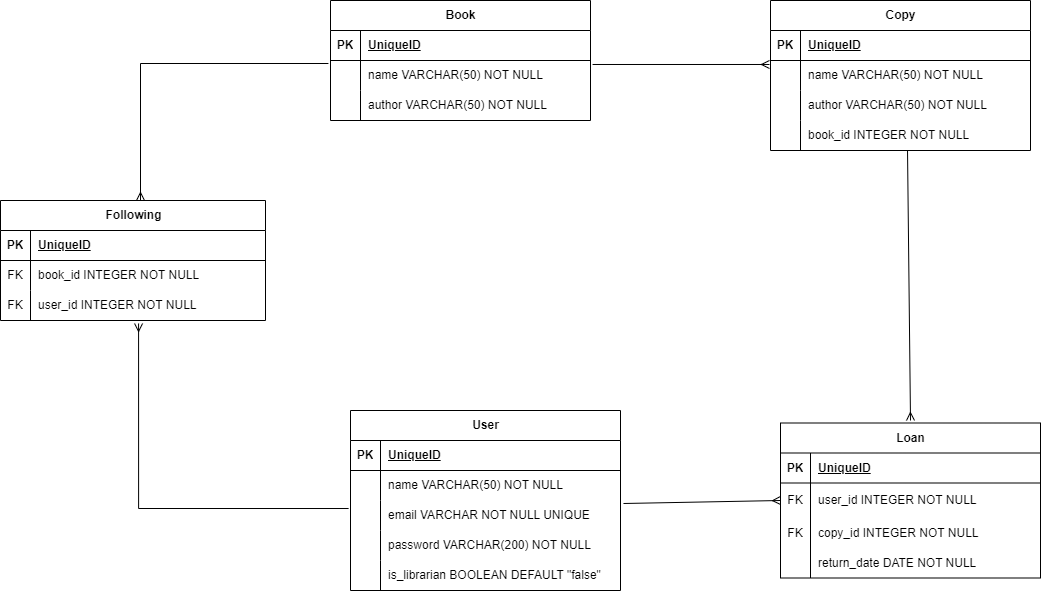
Above: der.png in ViniciusOgawa/Biblioteka-group26 (draw.io), before the change. Source tidied: cells renumbered, new cells last; positions are measured from the earlier drawing's top-left corner, leaving out a move shared by most shapes. Its diagram source:
```xml
<mxGraphModel>
  <root>
    <mxCell id="0" />
    <mxCell id="1" parent="0" />
    <mxCell id="2" value="Loan" style="shape=table;startSize=30;rowLines=0;fontStyle=1;align=center;html=1;" parent="1" vertex="1">
      <mxGeometry x="780" y="422.5" width="260" height="155" as="geometry" />
    </mxCell>
    <mxCell id="3" style="shape=tableRow;horizontal=0;startSize=0;swimlaneHead=0;swimlaneBody=0;fillColor=none;top=0;left=0;right=0;bottom=1;" parent="2" vertex="1">
      <mxGeometry y="30" width="260" height="30" as="geometry" />
    </mxCell>
    <mxCell id="4" value="PK" style="shape=partialRectangle;fillColor=none;top=0;left=0;bottom=0;right=0;fontStyle=1;overflow=hidden;whiteSpace=wrap;html=1;" parent="3" vertex="1">
      <mxGeometry width="30" height="30" as="geometry" />
    </mxCell>
    <mxCell id="5" value="UniqueID" style="shape=partialRectangle;fillColor=none;top=0;left=0;bottom=0;right=0;align=left;spacingLeft=6;fontStyle=5;overflow=hidden;whiteSpace=wrap;html=1;" parent="3" vertex="1">
      <mxGeometry x="30" width="230" height="30" as="geometry" />
    </mxCell>
    <mxCell id="6" style="shape=tableRow;horizontal=0;startSize=0;swimlaneHead=0;swimlaneBody=0;fillColor=none;points=[[0,0.5],[1,0.5]];portConstraint=eastwest;top=0;left=0;right=0;bottom=0;" parent="2" vertex="1">
      <mxGeometry y="60" width="260" height="35" as="geometry" />
    </mxCell>
    <mxCell id="7" value="FK" style="shape=partialRectangle;fillColor=none;top=0;left=0;bottom=0;right=0;overflow=hidden;whiteSpace=wrap;html=1;" parent="6" vertex="1">
      <mxGeometry width="30" height="35" as="geometry" />
    </mxCell>
    <mxCell id="8" value="user_id INTEGER NOT NULL" style="shape=partialRectangle;fillColor=none;top=0;left=0;bottom=0;right=0;align=left;spacingLeft=6;overflow=hidden;whiteSpace=wrap;html=1;" parent="6" vertex="1">
      <mxGeometry x="30" width="230" height="35" as="geometry" />
    </mxCell>
    <mxCell id="9" style="shape=tableRow;horizontal=0;startSize=0;swimlaneHead=0;swimlaneBody=0;fillColor=none;top=0;left=0;right=0;bottom=0;" parent="2" vertex="1">
      <mxGeometry y="95" width="260" height="30" as="geometry" />
    </mxCell>
    <mxCell id="10" value="FK" style="shape=partialRectangle;fillColor=none;top=0;left=0;bottom=0;right=0;overflow=hidden;whiteSpace=wrap;html=1;" parent="9" vertex="1">
      <mxGeometry width="30" height="30" as="geometry" />
    </mxCell>
    <mxCell id="11" value="copy_id INTEGER NOT NULL" style="shape=partialRectangle;fillColor=none;top=0;left=0;bottom=0;right=0;align=left;spacingLeft=6;overflow=hidden;whiteSpace=wrap;html=1;" parent="9" vertex="1">
      <mxGeometry x="30" width="230" height="30" as="geometry" />
    </mxCell>
    <mxCell id="12" style="shape=tableRow;horizontal=0;startSize=0;swimlaneHead=0;swimlaneBody=0;fillColor=none;top=0;left=0;right=0;bottom=0;" parent="2" vertex="1">
      <mxGeometry y="125" width="260" height="30" as="geometry" />
    </mxCell>
    <mxCell id="13" style="shape=partialRectangle;fillColor=none;top=0;left=0;bottom=0;right=0;overflow=hidden;whiteSpace=wrap;html=1;" parent="12" vertex="1">
      <mxGeometry width="30" height="30" as="geometry" />
    </mxCell>
    <mxCell id="14" value="return_date DATE NOT NULL" style="shape=partialRectangle;fillColor=none;top=0;left=0;bottom=0;right=0;align=left;spacingLeft=6;overflow=hidden;whiteSpace=wrap;html=1;" parent="12" vertex="1">
      <mxGeometry x="30" width="230" height="30" as="geometry" />
    </mxCell>
    <mxCell id="15" value="Copy" style="shape=table;startSize=30;rowLines=0;fontStyle=1;align=center;html=1;" parent="1" vertex="1">
      <mxGeometry x="770" width="260" height="150" as="geometry" />
    </mxCell>
    <mxCell id="16" style="shape=tableRow;horizontal=0;startSize=0;swimlaneHead=0;swimlaneBody=0;fillColor=none;top=0;left=0;right=0;bottom=1;" parent="15" vertex="1">
      <mxGeometry y="30" width="260" height="30" as="geometry" />
    </mxCell>
    <mxCell id="17" value="PK" style="shape=partialRectangle;fillColor=none;top=0;left=0;bottom=0;right=0;fontStyle=1;overflow=hidden;whiteSpace=wrap;html=1;" parent="16" vertex="1">
      <mxGeometry width="30" height="30" as="geometry" />
    </mxCell>
    <mxCell id="18" value="UniqueID" style="shape=partialRectangle;fillColor=none;top=0;left=0;bottom=0;right=0;align=left;spacingLeft=6;fontStyle=5;overflow=hidden;whiteSpace=wrap;html=1;" parent="16" vertex="1">
      <mxGeometry x="30" width="230" height="30" as="geometry" />
    </mxCell>
    <mxCell id="19" style="shape=tableRow;horizontal=0;startSize=0;swimlaneHead=0;swimlaneBody=0;fillColor=none;points=[[0,0.5],[1,0.5]];portConstraint=eastwest;top=0;left=0;right=0;bottom=0;" parent="15" vertex="1">
      <mxGeometry y="60" width="260" height="30" as="geometry" />
    </mxCell>
    <mxCell id="20" style="shape=partialRectangle;fillColor=none;top=0;left=0;bottom=0;right=0;overflow=hidden;whiteSpace=wrap;html=1;" parent="19" vertex="1">
      <mxGeometry width="30" height="30" as="geometry" />
    </mxCell>
    <mxCell id="21" value="name VARCHAR(50) NOT NULL" style="shape=partialRectangle;fillColor=none;top=0;left=0;bottom=0;right=0;align=left;spacingLeft=6;overflow=hidden;whiteSpace=wrap;html=1;" parent="19" vertex="1">
      <mxGeometry x="30" width="230" height="30" as="geometry" />
    </mxCell>
    <mxCell id="22" style="shape=tableRow;horizontal=0;startSize=0;swimlaneHead=0;swimlaneBody=0;fillColor=none;top=0;left=0;right=0;bottom=0;" parent="15" vertex="1">
      <mxGeometry y="90" width="260" height="30" as="geometry" />
    </mxCell>
    <mxCell id="23" style="shape=partialRectangle;fillColor=none;top=0;left=0;bottom=0;right=0;overflow=hidden;whiteSpace=wrap;html=1;" parent="22" vertex="1">
      <mxGeometry width="30" height="30" as="geometry" />
    </mxCell>
    <mxCell id="24" value="author VARCHAR(50) NOT NULL" style="shape=partialRectangle;fillColor=none;top=0;left=0;bottom=0;right=0;align=left;spacingLeft=6;overflow=hidden;whiteSpace=wrap;html=1;" parent="22" vertex="1">
      <mxGeometry x="30" width="230" height="30" as="geometry" />
    </mxCell>
    <mxCell id="25" style="shape=tableRow;horizontal=0;startSize=0;swimlaneHead=0;swimlaneBody=0;fillColor=none;points=[[0,0.5],[1,0.5]];portConstraint=eastwest;top=0;left=0;right=0;bottom=0;" parent="15" vertex="1">
      <mxGeometry y="120" width="260" height="30" as="geometry" />
    </mxCell>
    <mxCell id="26" style="shape=partialRectangle;fillColor=none;top=0;left=0;bottom=0;right=0;overflow=hidden;whiteSpace=wrap;html=1;" parent="25" vertex="1">
      <mxGeometry width="30" height="30" as="geometry" />
    </mxCell>
    <mxCell id="27" value="book_id INTEGER NOT NULL" style="shape=partialRectangle;fillColor=none;top=0;left=0;bottom=0;right=0;align=left;spacingLeft=6;overflow=hidden;whiteSpace=wrap;html=1;" parent="25" vertex="1">
      <mxGeometry x="30" width="230" height="30" as="geometry" />
    </mxCell>
    <mxCell id="28" value="User" style="shape=table;startSize=30;rowLines=0;fontStyle=1;align=center;html=1;" parent="1" vertex="1">
      <mxGeometry x="350" y="410" width="270" height="180" as="geometry" />
    </mxCell>
    <mxCell id="29" style="shape=tableRow;horizontal=0;startSize=0;swimlaneHead=0;swimlaneBody=0;fillColor=none;top=0;left=0;right=0;bottom=1;" parent="28" vertex="1">
      <mxGeometry y="30" width="270" height="30" as="geometry" />
    </mxCell>
    <mxCell id="30" value="PK" style="shape=partialRectangle;fillColor=none;top=0;left=0;bottom=0;right=0;fontStyle=1;overflow=hidden;whiteSpace=wrap;html=1;" parent="29" vertex="1">
      <mxGeometry width="30" height="30" as="geometry" />
    </mxCell>
    <mxCell id="31" value="UniqueID" style="shape=partialRectangle;fillColor=none;top=0;left=0;bottom=0;right=0;align=left;spacingLeft=6;fontStyle=5;overflow=hidden;whiteSpace=wrap;html=1;" parent="29" vertex="1">
      <mxGeometry x="30" width="240" height="30" as="geometry" />
    </mxCell>
    <mxCell id="32" style="shape=tableRow;horizontal=0;startSize=0;swimlaneHead=0;swimlaneBody=0;fillColor=none;top=0;left=0;right=0;bottom=0;" parent="28" vertex="1">
      <mxGeometry y="60" width="270" height="30" as="geometry" />
    </mxCell>
    <mxCell id="33" style="shape=partialRectangle;fillColor=none;top=0;left=0;bottom=0;right=0;overflow=hidden;whiteSpace=wrap;html=1;" parent="32" vertex="1">
      <mxGeometry width="30" height="30" as="geometry" />
    </mxCell>
    <mxCell id="34" value="name VARCHAR(50) NOT NULL" style="shape=partialRectangle;fillColor=none;top=0;left=0;bottom=0;right=0;align=left;spacingLeft=6;overflow=hidden;whiteSpace=wrap;html=1;" parent="32" vertex="1">
      <mxGeometry x="30" width="240" height="30" as="geometry" />
    </mxCell>
    <mxCell id="35" style="shape=tableRow;horizontal=0;startSize=0;swimlaneHead=0;swimlaneBody=0;fillColor=none;points=[[0,0.5],[1,0.5]];portConstraint=eastwest;top=0;left=0;right=0;bottom=0;" parent="28" vertex="1">
      <mxGeometry y="90" width="270" height="30" as="geometry" />
    </mxCell>
    <mxCell id="36" style="shape=partialRectangle;fillColor=none;top=0;left=0;bottom=0;right=0;overflow=hidden;whiteSpace=wrap;html=1;" parent="35" vertex="1">
      <mxGeometry width="30" height="30" as="geometry" />
    </mxCell>
    <mxCell id="37" value="email VARCHAR NOT NULL UNIQUE" style="shape=partialRectangle;fillColor=none;top=0;left=0;bottom=0;right=0;align=left;spacingLeft=6;overflow=hidden;whiteSpace=wrap;html=1;" parent="35" vertex="1">
      <mxGeometry x="30" width="240" height="30" as="geometry" />
    </mxCell>
    <mxCell id="38" style="shape=tableRow;horizontal=0;startSize=0;swimlaneHead=0;swimlaneBody=0;fillColor=none;top=0;left=0;right=0;bottom=0;" parent="28" vertex="1">
      <mxGeometry y="120" width="270" height="30" as="geometry" />
    </mxCell>
    <mxCell id="39" style="shape=partialRectangle;fillColor=none;top=0;left=0;bottom=0;right=0;overflow=hidden;whiteSpace=wrap;html=1;" parent="38" vertex="1">
      <mxGeometry width="30" height="30" as="geometry" />
    </mxCell>
    <mxCell id="40" value="password VARCHAR(200) NOT NULL" style="shape=partialRectangle;fillColor=none;top=0;left=0;bottom=0;right=0;align=left;spacingLeft=6;overflow=hidden;whiteSpace=wrap;html=1;" parent="38" vertex="1">
      <mxGeometry x="30" width="240" height="30" as="geometry" />
    </mxCell>
    <mxCell id="41" style="shape=tableRow;horizontal=0;startSize=0;swimlaneHead=0;swimlaneBody=0;fillColor=none;top=0;left=0;right=0;bottom=0;" parent="28" vertex="1">
      <mxGeometry y="150" width="270" height="30" as="geometry" />
    </mxCell>
    <mxCell id="42" style="shape=partialRectangle;fillColor=none;top=0;left=0;bottom=0;right=0;overflow=hidden;whiteSpace=wrap;html=1;" parent="41" vertex="1">
      <mxGeometry width="30" height="30" as="geometry" />
    </mxCell>
    <mxCell id="43" value="is_librarian BOOLEAN DEFAULT &quot;false&quot;" style="shape=partialRectangle;fillColor=none;top=0;left=0;bottom=0;right=0;align=left;spacingLeft=6;overflow=hidden;whiteSpace=wrap;html=1;" parent="41" vertex="1">
      <mxGeometry x="30" width="240" height="30" as="geometry" />
    </mxCell>
    <mxCell id="44" value="Following" style="shape=table;startSize=30;rowLines=0;fontStyle=1;align=center;html=1;" parent="1" vertex="1">
      <mxGeometry y="200" width="265" height="120" as="geometry" />
    </mxCell>
    <mxCell id="45" style="shape=tableRow;horizontal=0;startSize=0;swimlaneHead=0;swimlaneBody=0;fillColor=none;top=0;left=0;right=0;bottom=1;" parent="44" vertex="1">
      <mxGeometry y="30" width="265" height="30" as="geometry" />
    </mxCell>
    <mxCell id="46" value="PK" style="shape=partialRectangle;fillColor=none;top=0;left=0;bottom=0;right=0;fontStyle=1;overflow=hidden;whiteSpace=wrap;html=1;" parent="45" vertex="1">
      <mxGeometry width="30" height="30" as="geometry" />
    </mxCell>
    <mxCell id="47" value="UniqueID" style="shape=partialRectangle;fillColor=none;top=0;left=0;bottom=0;right=0;align=left;spacingLeft=6;fontStyle=5;overflow=hidden;whiteSpace=wrap;html=1;" parent="45" vertex="1">
      <mxGeometry x="30" width="235" height="30" as="geometry" />
    </mxCell>
    <mxCell id="48" style="shape=tableRow;horizontal=0;startSize=0;swimlaneHead=0;swimlaneBody=0;fillColor=none;top=0;left=0;right=0;bottom=0;" parent="44" vertex="1">
      <mxGeometry y="60" width="265" height="30" as="geometry" />
    </mxCell>
    <mxCell id="49" value="FK" style="shape=partialRectangle;fillColor=none;top=0;left=0;bottom=0;right=0;overflow=hidden;whiteSpace=wrap;html=1;" parent="48" vertex="1">
      <mxGeometry width="30" height="30" as="geometry" />
    </mxCell>
    <mxCell id="50" value="book_id INTEGER NOT NULL" style="shape=partialRectangle;fillColor=none;top=0;left=0;bottom=0;right=0;align=left;spacingLeft=6;overflow=hidden;whiteSpace=wrap;html=1;" parent="48" vertex="1">
      <mxGeometry x="30" width="235" height="30" as="geometry" />
    </mxCell>
    <mxCell id="51" style="shape=tableRow;horizontal=0;startSize=0;swimlaneHead=0;swimlaneBody=0;fillColor=none;points=[[0,0.5],[1,0.5]];portConstraint=eastwest;top=0;left=0;right=0;bottom=0;" parent="44" vertex="1">
      <mxGeometry y="90" width="265" height="30" as="geometry" />
    </mxCell>
    <mxCell id="52" value="FK" style="shape=partialRectangle;fillColor=none;top=0;left=0;bottom=0;right=0;overflow=hidden;whiteSpace=wrap;html=1;" parent="51" vertex="1">
      <mxGeometry width="30" height="30" as="geometry" />
    </mxCell>
    <mxCell id="53" value="user_id INTEGER NOT NULL" style="shape=partialRectangle;fillColor=none;top=0;left=0;bottom=0;right=0;align=left;spacingLeft=6;overflow=hidden;whiteSpace=wrap;html=1;" parent="51" vertex="1">
      <mxGeometry x="30" width="235" height="30" as="geometry" />
    </mxCell>
    <mxCell id="54" value="Book" style="shape=table;startSize=30;rowLines=0;fontStyle=1;align=center;html=1;" parent="1" vertex="1">
      <mxGeometry x="330" width="260" height="120" as="geometry" />
    </mxCell>
    <mxCell id="55" style="shape=tableRow;horizontal=0;startSize=0;swimlaneHead=0;swimlaneBody=0;fillColor=none;top=0;left=0;right=0;bottom=1;" parent="54" vertex="1">
      <mxGeometry y="30" width="260" height="30" as="geometry" />
    </mxCell>
    <mxCell id="56" value="PK" style="shape=partialRectangle;fillColor=none;top=0;left=0;bottom=0;right=0;fontStyle=1;overflow=hidden;whiteSpace=wrap;html=1;" parent="55" vertex="1">
      <mxGeometry width="30" height="30" as="geometry" />
    </mxCell>
    <mxCell id="57" value="UniqueID" style="shape=partialRectangle;fillColor=none;top=0;left=0;bottom=0;right=0;align=left;spacingLeft=6;fontStyle=5;overflow=hidden;whiteSpace=wrap;html=1;" parent="55" vertex="1">
      <mxGeometry x="30" width="230" height="30" as="geometry" />
    </mxCell>
    <mxCell id="58" style="shape=tableRow;horizontal=0;startSize=0;swimlaneHead=0;swimlaneBody=0;fillColor=none;points=[[0,0.5],[1,0.5]];portConstraint=eastwest;top=0;left=0;right=0;bottom=0;" parent="54" vertex="1">
      <mxGeometry y="60" width="260" height="30" as="geometry" />
    </mxCell>
    <mxCell id="59" style="shape=partialRectangle;fillColor=none;top=0;left=0;bottom=0;right=0;overflow=hidden;whiteSpace=wrap;html=1;" parent="58" vertex="1">
      <mxGeometry width="30" height="30" as="geometry" />
    </mxCell>
    <mxCell id="60" value="name VARCHAR(50) NOT NULL" style="shape=partialRectangle;fillColor=none;top=0;left=0;bottom=0;right=0;align=left;spacingLeft=6;overflow=hidden;whiteSpace=wrap;html=1;" parent="58" vertex="1">
      <mxGeometry x="30" width="230" height="30" as="geometry" />
    </mxCell>
    <mxCell id="61" style="shape=tableRow;horizontal=0;startSize=0;swimlaneHead=0;swimlaneBody=0;fillColor=none;top=0;left=0;right=0;bottom=0;" parent="54" vertex="1">
      <mxGeometry y="90" width="260" height="30" as="geometry" />
    </mxCell>
    <mxCell id="62" style="shape=partialRectangle;fillColor=none;top=0;left=0;bottom=0;right=0;overflow=hidden;whiteSpace=wrap;html=1;" parent="61" vertex="1">
      <mxGeometry width="30" height="30" as="geometry" />
    </mxCell>
    <mxCell id="63" value="author VARCHAR(50) NOT NULL" style="shape=partialRectangle;fillColor=none;top=0;left=0;bottom=0;right=0;align=left;spacingLeft=6;overflow=hidden;whiteSpace=wrap;html=1;" parent="61" vertex="1">
      <mxGeometry x="30" width="230" height="30" as="geometry" />
    </mxCell>
    <mxCell id="64" style="fontSize=12;html=1;endArrow=ERmany;rounded=0;exitX=-0.008;exitY=0.1;exitDx=0;exitDy=0;exitPerimeter=0;edgeStyle=orthogonalEdgeStyle;" parent="1" edge="1" source="58">
      <mxGeometry relative="1" as="geometry">
        <mxPoint x="140" y="200" as="targetPoint" />
        <Array as="points">
          <mxPoint x="140" y="63" />
          <mxPoint x="140" y="201" />
        </Array>
      </mxGeometry>
    </mxCell>
    <mxCell id="65" style="fontSize=12;html=1;endArrow=ERmany;rounded=0;entryX=0.521;entryY=1.1;entryDx=0;entryDy=0;entryPerimeter=0;exitX=-0.007;exitY=0.267;exitDx=0;exitDy=0;exitPerimeter=0;edgeStyle=orthogonalEdgeStyle;elbow=vertical;" parent="1" edge="1" source="35" target="51">
      <mxGeometry relative="1" as="geometry">
        <Array as="points">
          <mxPoint x="138" y="508" />
        </Array>
      </mxGeometry>
    </mxCell>
    <mxCell id="66" style="fontSize=12;html=1;endArrow=ERmany;rounded=0;exitX=1.011;exitY=0.1;exitDx=0;exitDy=0;exitPerimeter=0;entryX=0;entryY=0.5;entryDx=0;entryDy=0;" parent="1" edge="1" source="35" target="6">
      <mxGeometry relative="1" as="geometry" />
    </mxCell>
    <mxCell id="67" style="fontSize=12;html=1;endArrow=ERmany;rounded=0;exitX=0.527;exitY=1;exitDx=0;exitDy=0;exitPerimeter=0;" parent="1" edge="1" source="25">
      <mxGeometry relative="1" as="geometry">
        <mxPoint x="910" y="420" as="targetPoint" />
      </mxGeometry>
    </mxCell>
    <mxCell id="68" style="fontSize=12;html=1;endArrow=ERmany;rounded=0;exitX=1.008;exitY=0.133;exitDx=0;exitDy=0;exitPerimeter=0;entryX=-0.004;entryY=0.133;entryDx=0;entryDy=0;entryPerimeter=0;" parent="1" edge="1" source="58" target="19">
      <mxGeometry relative="1" as="geometry" />
    </mxCell>
  </root>
</mxGraphModel>
```
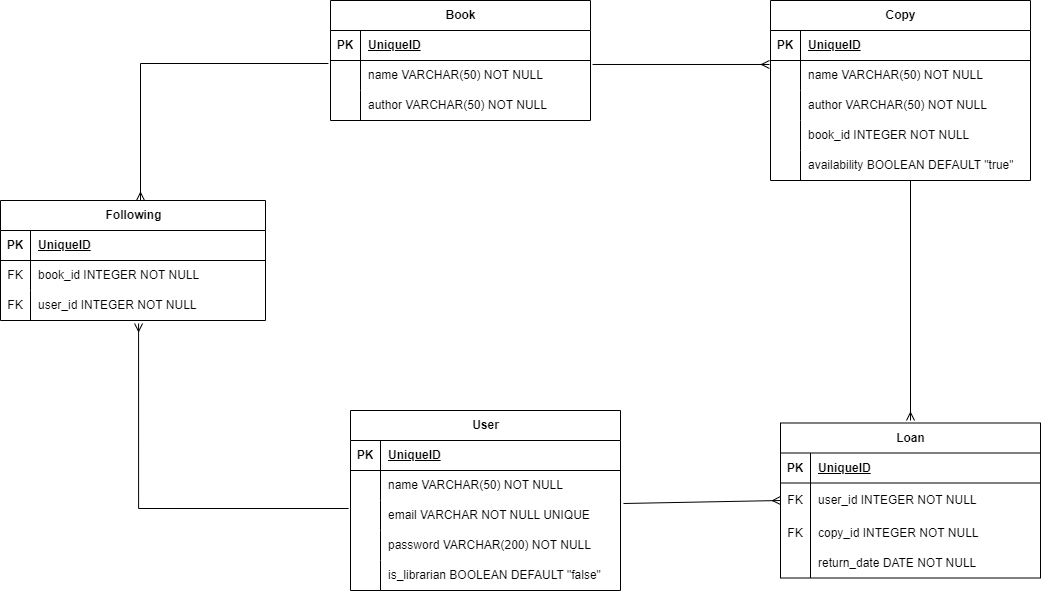
After the commit.

Diff of the diagram source:
```diff
@@ -42,7 +42,7 @@
       <mxGeometry x="30" width="230" height="30" as="geometry" />
     </mxCell>
     <mxCell id="15" value="Copy" style="shape=table;startSize=30;rowLines=0;fontStyle=1;align=center;html=1;" parent="1" vertex="1">
-      <mxGeometry x="770" width="260" height="150" as="geometry" />
+      <mxGeometry x="770" width="260" height="180" as="geometry" />
     </mxCell>
     <mxCell id="16" style="shape=tableRow;horizontal=0;startSize=0;swimlaneHead=0;swimlaneBody=0;fillColor=none;top=0;left=0;right=0;bottom=1;" parent="15" vertex="1">
       <mxGeometry y="30" width="260" height="30" as="geometry" />
@@ -80,6 +80,15 @@
     <mxCell id="27" value="book_id INTEGER NOT NULL" style="shape=partialRectangle;fillColor=none;top=0;left=0;bottom=0;right=0;align=left;spacingLeft=6;overflow=hidden;whiteSpace=wrap;html=1;" parent="25" vertex="1">
       <mxGeometry x="30" width="230" height="30" as="geometry" />
     </mxCell>
+    <mxCell id="69" style="shape=tableRow;horizontal=0;startSize=0;swimlaneHead=0;swimlaneBody=0;fillColor=none;top=0;left=0;right=0;bottom=0;" parent="15" vertex="1">
+      <mxGeometry y="150" width="260" height="30" as="geometry" />
+    </mxCell>
+    <mxCell id="70" style="shape=partialRectangle;fillColor=none;top=0;left=0;bottom=0;right=0;overflow=hidden;whiteSpace=wrap;html=1;" parent="69" vertex="1">
+      <mxGeometry width="30" height="30" as="geometry" />
+    </mxCell>
+    <mxCell id="71" value="availability BOOLEAN DEFAULT &quot;true&quot;" style="shape=partialRectangle;fillColor=none;top=0;left=0;bottom=0;right=0;align=left;spacingLeft=6;overflow=hidden;whiteSpace=wrap;html=1;" parent="69" vertex="1">
+      <mxGeometry x="30" width="230" height="30" as="geometry" />
+    </mxCell>
     <mxCell id="28" value="User" style="shape=table;startSize=30;rowLines=0;fontStyle=1;align=center;html=1;" parent="1" vertex="1">
       <mxGeometry x="350" y="410" width="270" height="180" as="geometry" />
     </mxCell>
@@ -207,8 +216,9 @@
     <mxCell id="66" style="fontSize=12;html=1;endArrow=ERmany;rounded=0;exitX=1.011;exitY=0.1;exitDx=0;exitDy=0;exitPerimeter=0;entryX=0;entryY=0.5;entryDx=0;entryDy=0;" parent="1" edge="1" source="35" target="6">
       <mxGeometry relative="1" as="geometry" />
     </mxCell>
-    <mxCell id="67" style="fontSize=12;html=1;endArrow=ERmany;rounded=0;exitX=0.527;exitY=1;exitDx=0;exitDy=0;exitPerimeter=0;" parent="1" edge="1" source="25">
+    <mxCell id="67" style="fontSize=12;html=1;endArrow=ERmany;rounded=0;" parent="1" edge="1">
       <mxGeometry relative="1" as="geometry">
+        <mxPoint x="910" y="180" as="sourcePoint" />
         <mxPoint x="910" y="420" as="targetPoint" />
       </mxGeometry>
     </mxCell>
```
